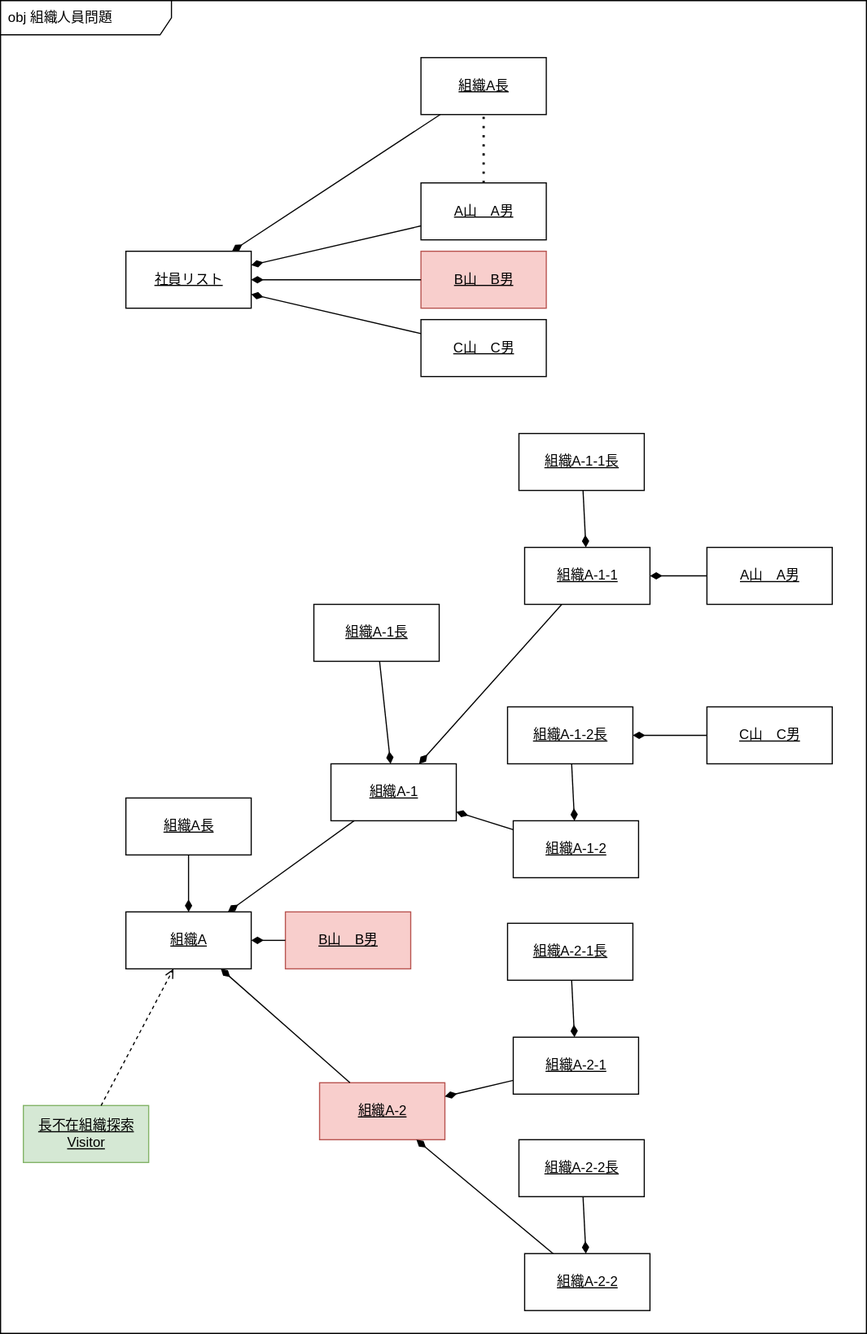
bosssanovar/LightMvvmSample keeps this draw.io diagram as Designs/組織構成設計/組織人員問題判定方法検討オブジェクト図.svg. Above is the earlier version. Source tidied: cells renumbered, new cells last; positions are measured from the earlier drawing's top-left corner, leaving out a move shared by most shapes.
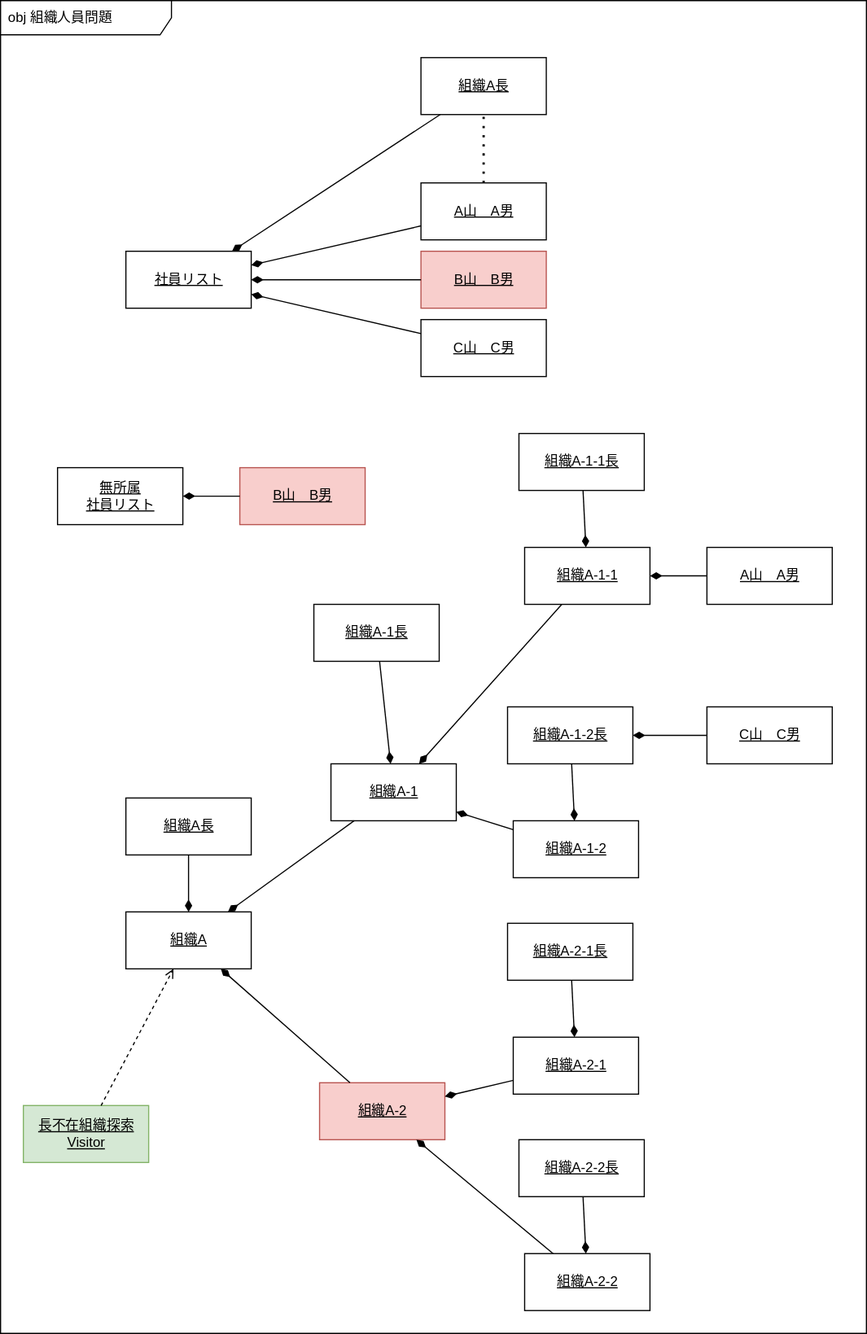
The same file after the commit.

The edit, as a diff of the source:
```diff
@@ -129,10 +129,13 @@
       <mxGeometry relative="1" as="geometry" />
     </mxCell>
     <mxCell id="44" value="B山　B男" style="html=1;fontStyle=4;fillColor=#f8cecc;strokeColor=#b85450;" parent="1" vertex="1">
-      <mxGeometry x="250" y="800" width="110" height="50" as="geometry" />
+      <mxGeometry x="210" y="410" width="110" height="50" as="geometry" />
     </mxCell>
-    <mxCell id="45" style="endArrow=none;startArrow=diamondThin;endFill=0;startFill=1;html=1;verticalAlign=bottom;labelBackgroundColor=none;strokeWidth=1;startSize=8;endSize=8;" parent="1" edge="1" source="3" target="44">
+    <mxCell id="45" style="endArrow=none;startArrow=diamondThin;endFill=0;startFill=1;html=1;verticalAlign=bottom;labelBackgroundColor=none;strokeWidth=1;startSize=8;endSize=8;" parent="1" edge="1" source="46" target="44">
       <mxGeometry relative="1" as="geometry" />
     </mxCell>
+    <mxCell id="46" value="無所属&lt;br&gt;社員リスト" style="html=1;fontStyle=4;" parent="1" vertex="1">
+      <mxGeometry x="50" y="410" width="110" height="50" as="geometry" />
+    </mxCell>
   </root>
 </mxGraphModel>
```
